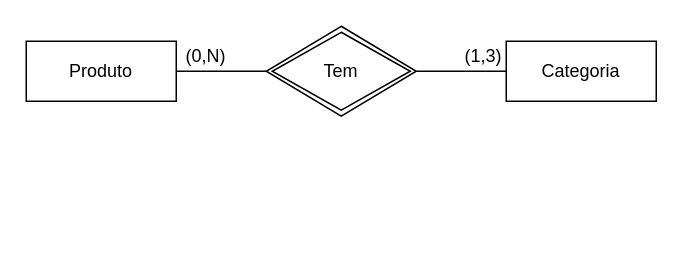
Before: page "Modelo Conceitual" (1 of 2) of requirements/ecommerce-datebase.drawio in JoaoVitorHipolito/ecommerce-node-api, a draw.io diagram. Source tidied: cells renumbered, new cells numbered last; positions are measured from the earlier drawing's top-left corner, leaving out a move shared by most shapes. Both pictures are drawn from the tidied source at 150%, with x=0, y=0 at pixel (26, 26).
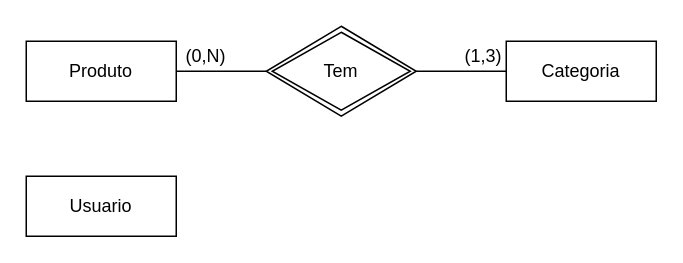
The same page after the edit.

The edit, as a diff of the source:
```diff
@@
 <mxGraphModel>
   <root>
     <mxCell id="0" />
     <mxCell id="1" parent="0" />
     <mxCell id="2" value="Produto" style="whiteSpace=wrap;html=1;align=center;" parent="1" vertex="1">
       <mxGeometry y="10" width="100" height="40" as="geometry" />
     </mxCell>
     <mxCell id="3" value="Categoria&lt;br&gt;" style="whiteSpace=wrap;html=1;align=center;" parent="1" vertex="1">
       <mxGeometry x="320" y="10" width="100" height="40" as="geometry" />
     </mxCell>
     <mxCell id="4" style="edgeStyle=none;html=1;exitX=1;exitY=0.5;exitDx=0;exitDy=0;entryX=0;entryY=0.5;entryDx=0;entryDy=0;endArrow=none;endFill=0;" parent="1" edge="1" source="6" target="3">
       <mxGeometry relative="1" as="geometry" />
     </mxCell>
     <mxCell id="5" style="edgeStyle=none;html=1;exitX=0;exitY=0.5;exitDx=0;exitDy=0;entryX=1;entryY=0.5;entryDx=0;entryDy=0;endArrow=none;endFill=0;" parent="1" edge="1" source="6" target="2">
       <mxGeometry relative="1" as="geometry" />
     </mxCell>
     <mxCell id="6" value="Tem" style="shape=rhombus;double=1;perimeter=rhombusPerimeter;whiteSpace=wrap;html=1;align=center;" parent="1" vertex="1">
       <mxGeometry x="160" width="100" height="60" as="geometry" />
     </mxCell>
     <mxCell id="7" value="(0,N)" style="text;html=1;strokeColor=none;fillColor=none;align=center;verticalAlign=middle;whiteSpace=wrap;rounded=0;" parent="1" vertex="1">
       <mxGeometry x="100" y="10" width="40" height="20" as="geometry" />
     </mxCell>
     <mxCell id="8" value="(1,3)" style="text;html=1;strokeColor=none;fillColor=none;align=center;verticalAlign=middle;whiteSpace=wrap;rounded=0;" parent="1" vertex="1">
       <mxGeometry x="280" y="10" width="50" height="20" as="geometry" />
     </mxCell>
+    <mxCell id="9" value="Usuario" style="whiteSpace=wrap;html=1;align=center;" parent="1" vertex="1">
+      <mxGeometry y="100" width="100" height="40" as="geometry" />
+    </mxCell>
   </root>
 </mxGraphModel>
```
